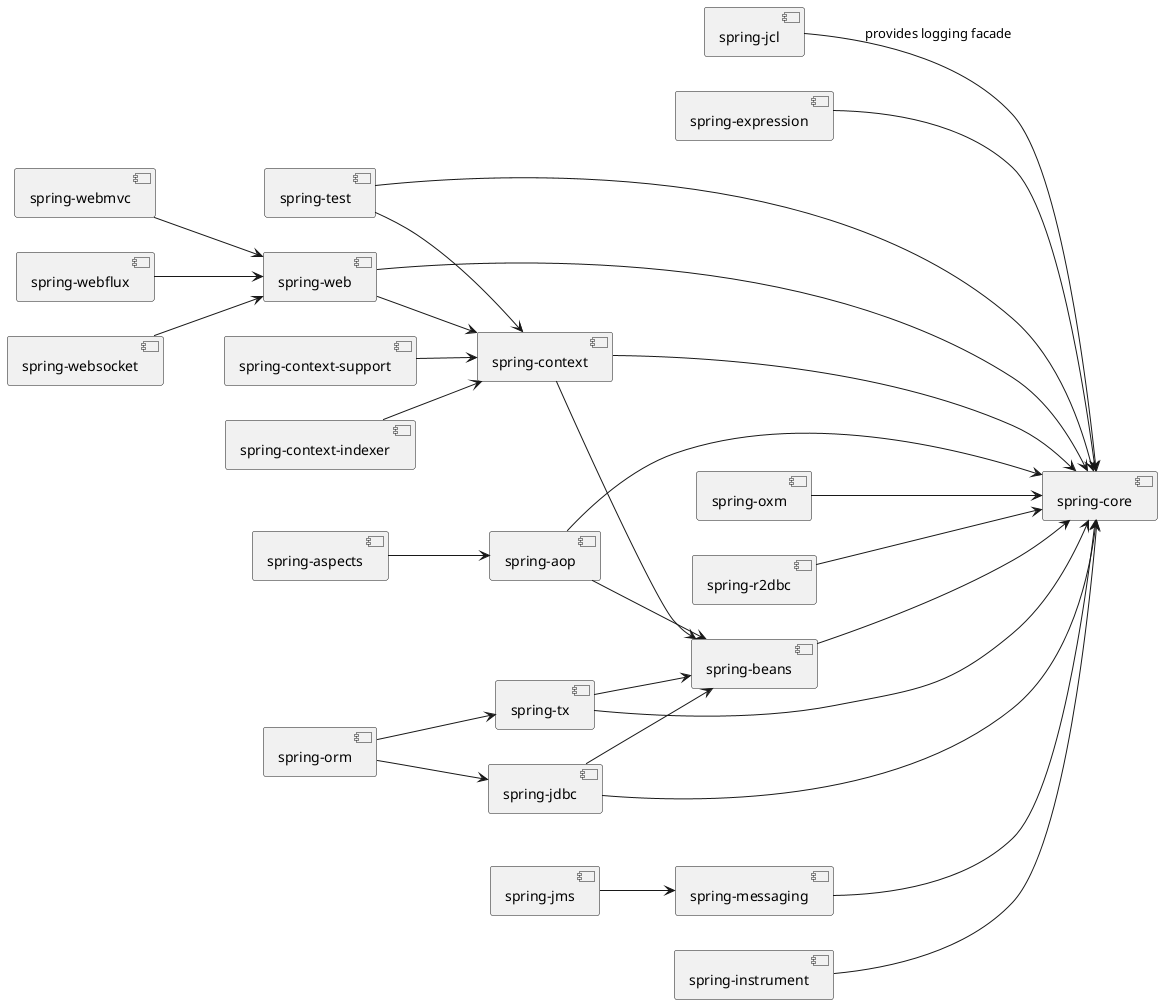
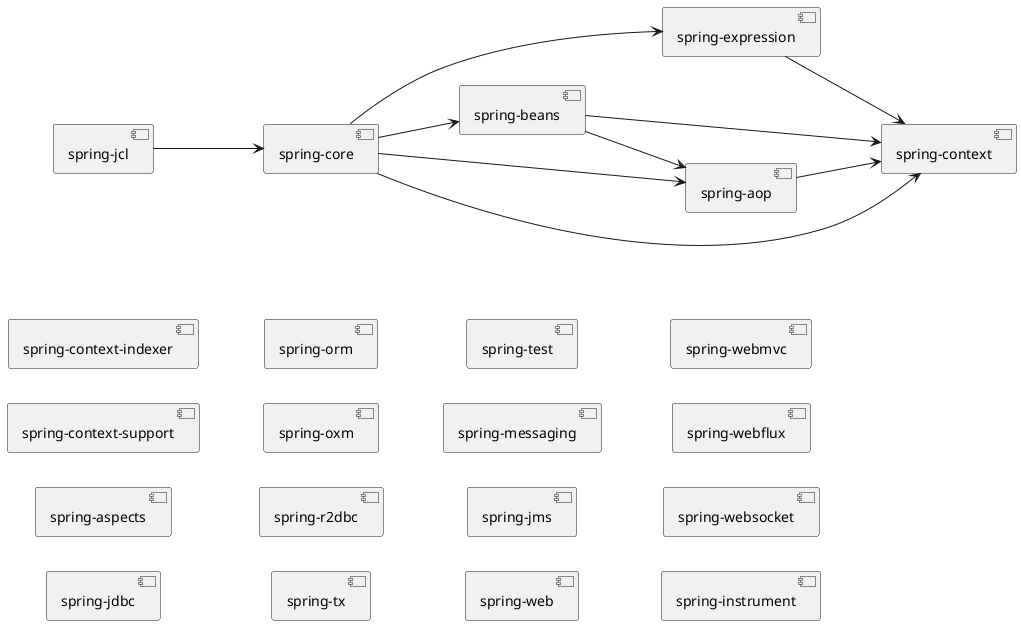
@startuml
' https://plantuml.com/deployment-diagram
'
' Spring modules dependency overview (inferred common relationships)
' Update/verify against each module's Gradle file for exact dependencies.
'
'skinparam componentStyle rectangle
'从上到下
left to right direction

' Low-level/common modules
component "spring-jcl" as jcl
component "spring-core" as core
component "spring-expression" as expr

' Core building blocks
component "spring-beans" as beans
component "spring-context" as context
component "spring-context-indexer" as context_indexer
component "spring-context-support" as context_support

' AOP / Aspects
component "spring-aop" as aop
component "spring-aspects" as aspects

' Data access
component "spring-jdbc" as jdbc
component "spring-orm" as orm
component "spring-oxm" as oxm
component "spring-r2dbc" as r2dbc

' Transactions & Testing
component "spring-tx" as tx
component "spring-test" as test

' Messaging / Integration
component "spring-messaging" as messaging
component "spring-jms" as jms

' Web
component "spring-web" as web
component "spring-webmvc" as webmvc
component "spring-webflux" as webflux
component "spring-websocket" as websocket

' Misc
component "spring-instrument" as instrument

' Dependency arrows (typical relationships)
- jcl -down-> core : provides logging facade
- expr -down-> core
- beans -down-> core
- context -down-> beans
- context -down-> core
- context_indexer -down-> context
- context_support -down-> context
+ jcl --> core
+ core --> beans

- aop -down-> beans
- aop -down-> core
- aspects -down-> aop
+ core --> expr

- jdbc -down-> beans
- jdbc -down-> core
- orm -down-> jdbc
- orm -down-> tx
- oxm -down-> core
- r2dbc -down-> core
+ beans --> aop
+ core --> aop

- tx -down-> beans
- tx -down-> core
- test -down-> context
- test -down-> core
- 
- messaging -down-> core
- jms -down-> messaging
- 
- web -down-> context
- web -down-> core
- webmvc -down-> web
- webflux -down-> web
- websocket -down-> web
- 
- instrument -down-> core
+ aop --> context
+ beans --> context
+ core --> context
+ expr --> context

@enduml